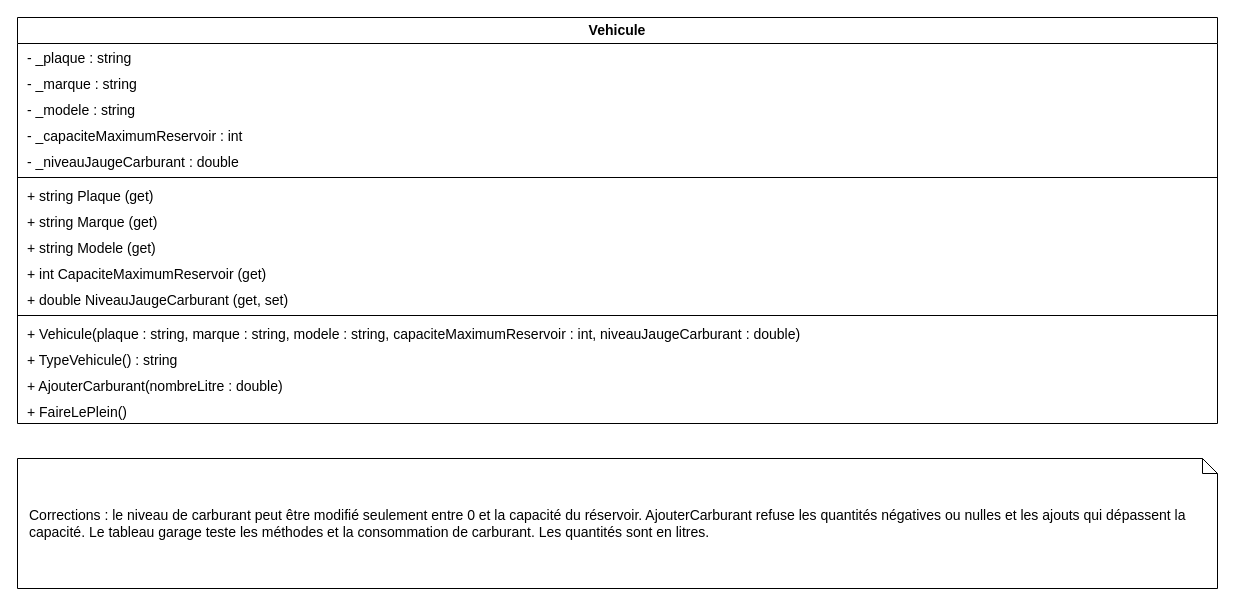
Before: 6TTI_Vehicule_DPMAEL/Vehicule.drawio in mgamsdve/6TTI_DayaniPoty_Mael-UAA14, a draw.io diagram. Source tidied: cells renumbered, new cells numbered last; positions are measured from the earlier drawing's top-left corner, leaving out a move shared by most shapes. Both pictures are drawn from the tidied source at 100%, with x=0, y=0 at pixel (17, 17).
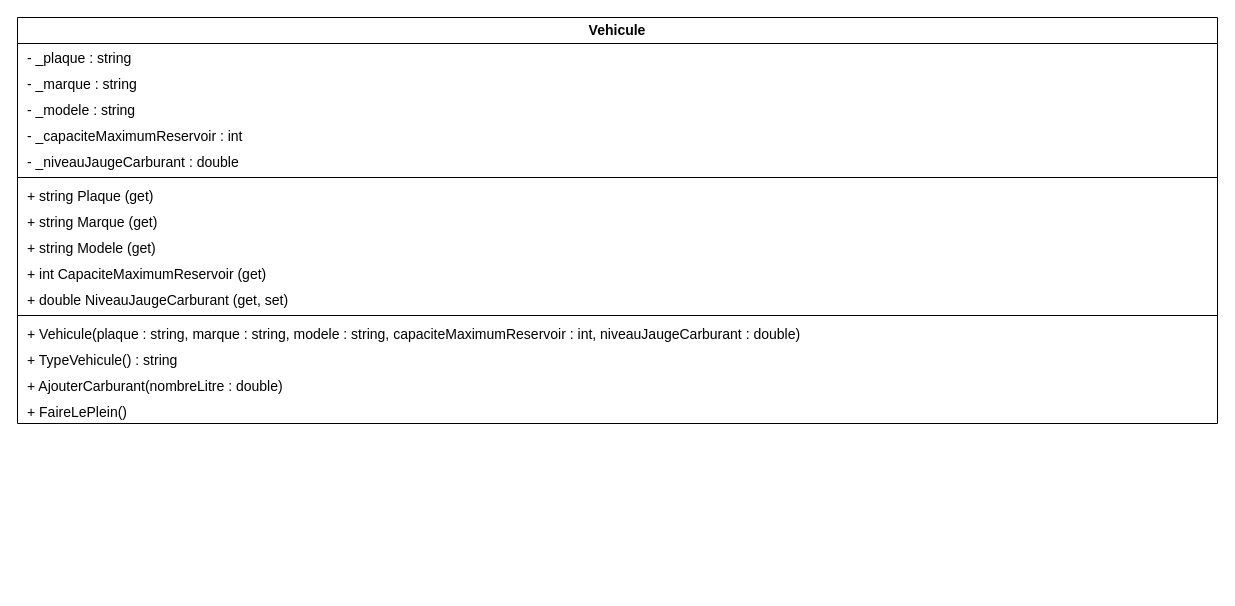
The same diagram, later.

Commit message (it also covers changes not shown here):
Mise à jour des diagrammes UML

Diff of the diagram source:
```diff
@@
 <mxGraphModel>
   <root>
     <mxCell id="0" />
     <mxCell id="1" parent="0" />
     <mxCell id="2" value="Vehicule" style="swimlane;fontStyle=1;align=center;horizontal=1;startSize=26;whiteSpace=wrap;html=1;fontSize=14;" parent="1" vertex="1">
       <mxGeometry width="1200" height="406" as="geometry" />
     </mxCell>
     <mxCell id="3" value="- _plaque : string" style="text;strokeColor=none;fillColor=none;align=left;spacingLeft=8;whiteSpace=wrap;html=1;fontSize=14;" parent="2" vertex="1">
       <mxGeometry y="26" width="1200" height="26" as="geometry" />
     </mxCell>
     <mxCell id="4" value="- _marque : string" style="text;strokeColor=none;fillColor=none;align=left;spacingLeft=8;whiteSpace=wrap;html=1;fontSize=14;" parent="2" vertex="1">
       <mxGeometry y="52" width="1200" height="26" as="geometry" />
     </mxCell>
     <mxCell id="5" value="- _modele : string" style="text;strokeColor=none;fillColor=none;align=left;spacingLeft=8;whiteSpace=wrap;html=1;fontSize=14;" parent="2" vertex="1">
       <mxGeometry y="78" width="1200" height="26" as="geometry" />
     </mxCell>
     <mxCell id="6" value="- _capaciteMaximumReservoir : int" style="text;strokeColor=none;fillColor=none;align=left;spacingLeft=8;whiteSpace=wrap;html=1;fontSize=14;" parent="2" vertex="1">
       <mxGeometry y="104" width="1200" height="26" as="geometry" />
     </mxCell>
     <mxCell id="7" value="- _niveauJaugeCarburant : double" style="text;strokeColor=none;fillColor=none;align=left;spacingLeft=8;whiteSpace=wrap;html=1;fontSize=14;" parent="2" vertex="1">
       <mxGeometry y="130" width="1200" height="26" as="geometry" />
     </mxCell>
     <mxCell id="8" style="line;strokeWidth=1;strokeColor=inherit;" parent="2" vertex="1">
       <mxGeometry y="156" width="1200" height="8" as="geometry" />
     </mxCell>
     <mxCell id="9" value="+ string Plaque (get)" style="text;strokeColor=none;fillColor=none;align=left;spacingLeft=8;whiteSpace=wrap;html=1;fontSize=14;" parent="2" vertex="1">
       <mxGeometry y="164" width="1200" height="26" as="geometry" />
     </mxCell>
     <mxCell id="10" value="+ string Marque (get)" style="text;strokeColor=none;fillColor=none;align=left;spacingLeft=8;whiteSpace=wrap;html=1;fontSize=14;" parent="2" vertex="1">
       <mxGeometry y="190" width="1200" height="26" as="geometry" />
     </mxCell>
     <mxCell id="11" value="+ string Modele (get)" style="text;strokeColor=none;fillColor=none;align=left;spacingLeft=8;whiteSpace=wrap;html=1;fontSize=14;" parent="2" vertex="1">
       <mxGeometry y="216" width="1200" height="26" as="geometry" />
     </mxCell>
     <mxCell id="12" value="+ int CapaciteMaximumReservoir (get)" style="text;strokeColor=none;fillColor=none;align=left;spacingLeft=8;whiteSpace=wrap;html=1;fontSize=14;" parent="2" vertex="1">
       <mxGeometry y="242" width="1200" height="26" as="geometry" />
     </mxCell>
     <mxCell id="13" value="+ double NiveauJaugeCarburant (get, set)" style="text;strokeColor=none;fillColor=none;align=left;spacingLeft=8;whiteSpace=wrap;html=1;fontSize=14;" parent="2" vertex="1">
       <mxGeometry y="268" width="1200" height="26" as="geometry" />
     </mxCell>
     <mxCell id="14" style="line;strokeWidth=1;strokeColor=inherit;" parent="2" vertex="1">
       <mxGeometry y="294" width="1200" height="8" as="geometry" />
     </mxCell>
     <mxCell id="15" value="+ Vehicule(plaque : string, marque : string, modele : string, capaciteMaximumReservoir : int, niveauJaugeCarburant : double)" style="text;strokeColor=none;fillColor=none;align=left;spacingLeft=8;whiteSpace=wrap;html=1;fontSize=14;" parent="2" vertex="1">
       <mxGeometry y="302" width="1200" height="26" as="geometry" />
     </mxCell>
     <mxCell id="16" value="+ TypeVehicule() : string" style="text;strokeColor=none;fillColor=none;align=left;spacingLeft=8;whiteSpace=wrap;html=1;fontSize=14;" parent="2" vertex="1">
       <mxGeometry y="328" width="1200" height="26" as="geometry" />
     </mxCell>
     <mxCell id="17" value="+ AjouterCarburant(nombreLitre : double)" style="text;strokeColor=none;fillColor=none;align=left;spacingLeft=8;whiteSpace=wrap;html=1;fontSize=14;" parent="2" vertex="1">
       <mxGeometry y="354" width="1200" height="26" as="geometry" />
     </mxCell>
     <mxCell id="18" value="+ FaireLePlein()" style="text;strokeColor=none;fillColor=none;align=left;spacingLeft=8;whiteSpace=wrap;html=1;fontSize=14;" parent="2" vertex="1">
       <mxGeometry y="380" width="1200" height="26" as="geometry" />
     </mxCell>
-    <mxCell id="19" value="Corrections : le niveau de carburant peut être modifié seulement entre 0 et la capacité du réservoir. AjouterCarburant refuse les quantités négatives ou nulles et les ajouts qui dépassent la capacité. Le tableau garage teste les méthodes et la consommation de carburant. Les quantités sont en litres." style="shape=note;whiteSpace=wrap;html=1;size=15;align=left;spacing=12;fontSize=14;" parent="1" vertex="1">
-      <mxGeometry y="441" width="1200" height="130" as="geometry" />
-    </mxCell>
   </root>
 </mxGraphModel>
```
